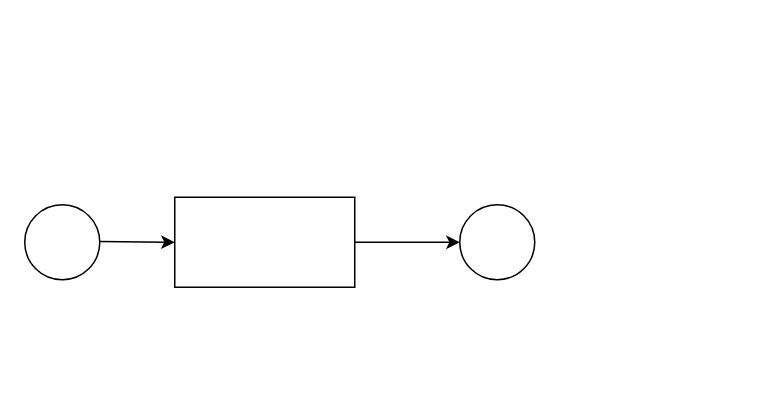
This is Untitled Diagram.drawio from imjust10/firstTictactoe, a draw.io file, before an edit. Source tidied: cells renumbered, new cells numbered last; positions are measured from the earlier drawing's top-left corner, leaving out a move shared by most shapes. Both pictures are drawn from the tidied source at 150%, with x=0, y=0 at pixel (24, 196).
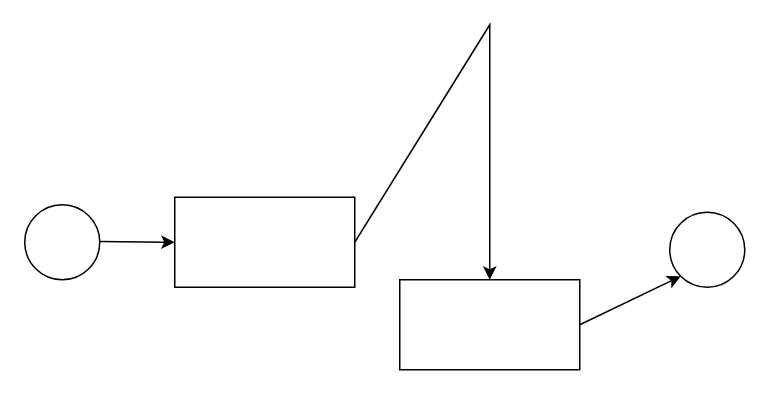
The same diagram, later.

What changed in the source:
```diff
@@
 <mxGraphModel>
   <root>
     <mxCell id="0" />
     <mxCell id="1" parent="0" />
     <mxCell id="2" style="ellipse;whiteSpace=wrap;html=1;" parent="1" vertex="1">
       <mxGeometry y="5" width="50" height="50" as="geometry" />
     </mxCell>
     <mxCell id="3" style="rounded=0;whiteSpace=wrap;html=1;" parent="1" vertex="1">
       <mxGeometry x="100" width="120" height="60" as="geometry" />
     </mxCell>
     <mxCell id="4" style="ellipse;whiteSpace=wrap;html=1;" parent="1" vertex="1">
-      <mxGeometry x="290" y="5" width="50" height="50" as="geometry" />
+      <mxGeometry x="430" y="10" width="50" height="50" as="geometry" />
     </mxCell>
-    <mxCell id="5" style="endArrow=classic;html=1;rounded=0;exitX=1;exitY=0.5;exitDx=0;exitDy=0;" parent="1" edge="1" source="3" target="4">
-      <mxGeometry relative="1" as="geometry" />
+    <mxCell id="5" style="endArrow=classic;html=1;rounded=0;exitX=1;exitY=0.5;exitDx=0;exitDy=0;" parent="1" edge="1" source="3" target="7">
+      <mxGeometry relative="1" as="geometry">
+        <Array as="points">
+          <mxPoint x="310" y="-115" />
+        </Array>
+      </mxGeometry>
     </mxCell>
     <mxCell id="6" style="endArrow=classic;html=1;rounded=0;exitX=1;exitY=0.5;exitDx=0;exitDy=0;" parent="1" edge="1">
       <mxGeometry relative="1" as="geometry">
         <mxPoint x="50" y="29.5" as="sourcePoint" />
         <mxPoint x="100" y="30" as="targetPoint" />
       </mxGeometry>
     </mxCell>
+    <mxCell id="7" style="rounded=0;whiteSpace=wrap;html=1;" parent="1" vertex="1">
+      <mxGeometry x="250" y="55" width="120" height="60" as="geometry" />
+    </mxCell>
+    <mxCell id="8" style="endArrow=classic;html=1;rounded=0;entryX=0;entryY=1;entryDx=0;entryDy=0;" parent="1" edge="1" target="4">
+      <mxGeometry relative="1" as="geometry">
+        <mxPoint x="370" y="85" as="sourcePoint" />
+      </mxGeometry>
+    </mxCell>
   </root>
 </mxGraphModel>
```
